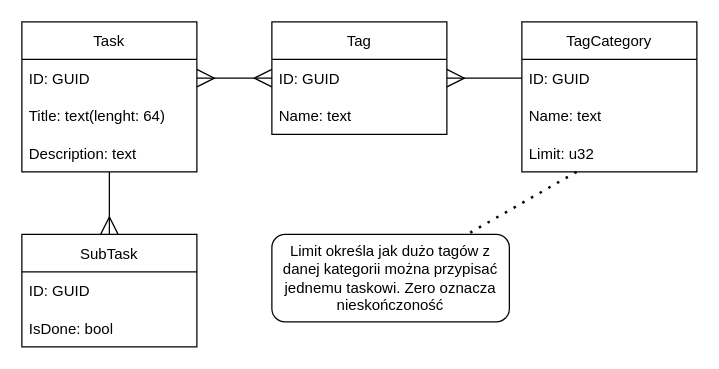
ProgramistycznySwir/WPF-Projekt keeps this draw.io diagram as Dokumentacja/Wstępny schemat bazy danych.drawio. Above is the earlier version. Source tidied: cells renumbered, new cells numbered last; positions are measured from the earlier drawing's top-left corner, leaving out a move shared by most shapes. Both pictures are drawn from the tidied source at 125%, with x=0, y=0 at pixel (21, 21).
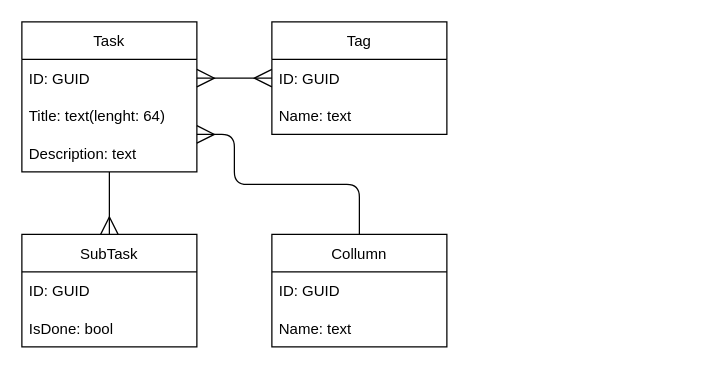
The same page after the edit.

The change refers to these unchanged cells:
```xml
<mxCell id="2" value="Task" style="swimlane;fontStyle=0;horizontal=1;startSize=30;" parent="1" vertex="1">
  <mxGeometry width="140" height="120" as="geometry" />
</mxCell>
<mxCell id="7" value="ID: GUID" style="text;strokeColor=none;fillColor=none;align=left;verticalAlign=middle;spacingLeft=4;spacingRight=4;overflow=hidden;points=[[0,0.5],[1,0.5]];portConstraint=eastwest;" parent="6" vertex="1">
  <mxGeometry y="30" width="140" height="30" as="geometry" />
</mxCell>
```

The edit, as a diff of the source:
```diff
@@
-    <mxCell id="10" value="TagCategory" style="swimlane;fontStyle=0;horizontal=1;startSize=30;" parent="1" vertex="1">
-      <mxGeometry x="400" width="140" height="120" as="geometry" />
-    </mxCell>
-    <mxCell id="11" value="ID: GUID" style="text;strokeColor=none;fillColor=none;align=left;verticalAlign=middle;spacingLeft=4;spacingRight=4;overflow=hidden;points=[[0,0.5],[1,0.5]];portConstraint=eastwest;" parent="10" vertex="1">
-      <mxGeometry y="30" width="140" height="30" as="geometry" />
-    </mxCell>
-    <mxCell id="12" value="Name: text" style="text;strokeColor=none;fillColor=none;align=left;verticalAlign=middle;spacingLeft=4;spacingRight=4;overflow=hidden;" parent="10" vertex="1">
-      <mxGeometry y="60" width="140" height="30" as="geometry" />
-    </mxCell>
-    <mxCell id="13" value="Limit: u32" style="text;strokeColor=none;fillColor=none;align=left;verticalAlign=middle;spacingLeft=4;spacingRight=4;overflow=hidden;points=[[0,0.5],[1,0.5]];portConstraint=eastwest;" parent="10" vertex="1">
-      <mxGeometry y="90" width="140" height="30" as="geometry" />
-    </mxCell>
-    <mxCell id="14" style="endArrow=none;html=1;edgeStyle=orthogonalEdgeStyle;startArrow=ERmany;startFill=0;endFill=0;endSize=12;startSize=12;" parent="1" edge="1" source="7" target="11">
-      <mxGeometry relative="1" as="geometry" />
-    </mxCell>
-    <mxCell id="15" style="endArrow=none;dashed=1;html=1;dashPattern=1 3;strokeWidth=2;startSize=12;endSize=12;" parent="1" edge="1" source="13" target="16">
-      <mxGeometry relative="1" as="geometry" />
-    </mxCell>
-    <mxCell id="16" value="&lt;span&gt;Limit określa jak dużo tagów z danej kategorii można przypisać jednemu taskowi. Zero oznacza nieskończoność&lt;/span&gt;" style="rounded=1;whiteSpace=wrap;html=1;" parent="1" vertex="1">
-      <mxGeometry x="200" y="170" width="190" height="70" as="geometry" />
-    </mxCell>
@@
+    <mxCell id="21" value="Collumn" style="swimlane;fontStyle=0;horizontal=1;startSize=30;" parent="1" vertex="1">
+      <mxGeometry x="200" y="170" width="140" height="90" as="geometry" />
+    </mxCell>
+    <mxCell id="11" value="ID: GUID" style="text;strokeColor=none;fillColor=none;align=left;verticalAlign=middle;spacingLeft=4;spacingRight=4;overflow=hidden;points=[[0,0.5],[1,0.5]];portConstraint=eastwest;" parent="21" vertex="1">
+      <mxGeometry y="30" width="140" height="30" as="geometry" />
+    </mxCell>
+    <mxCell id="12" value="Name: text" style="text;strokeColor=none;fillColor=none;align=left;verticalAlign=middle;spacingLeft=4;spacingRight=4;overflow=hidden;" parent="21" vertex="1">
+      <mxGeometry y="60" width="140" height="30" as="geometry" />
+    </mxCell>
+    <mxCell id="22" style="endArrow=ERmany;html=1;edgeStyle=orthogonalEdgeStyle;startArrow=none;startFill=0;endFill=0;endSize=12;startSize=12;" parent="1" edge="1" source="21" target="2">
+      <mxGeometry relative="1" as="geometry">
+        <Array as="points">
+          <mxPoint x="270" y="130" />
+          <mxPoint x="170" y="130" />
+          <mxPoint x="170" y="90" />
+        </Array>
+      </mxGeometry>
+    </mxCell>
```
